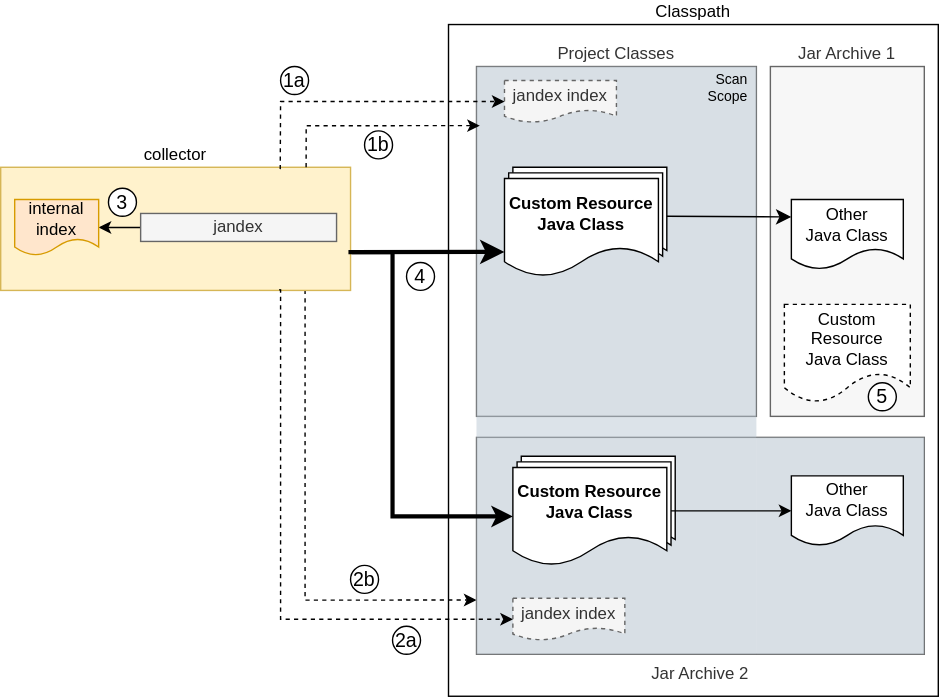
Above: collector-extended-scan-scope.drawio.svg in baloo42/crd-generator-maven-plugin-docs-draft (draw.io), before the change. Source tidied: cells renumbered, new cells last; positions are measured from the earlier drawing's top-left corner, leaving out a move shared by most shapes.
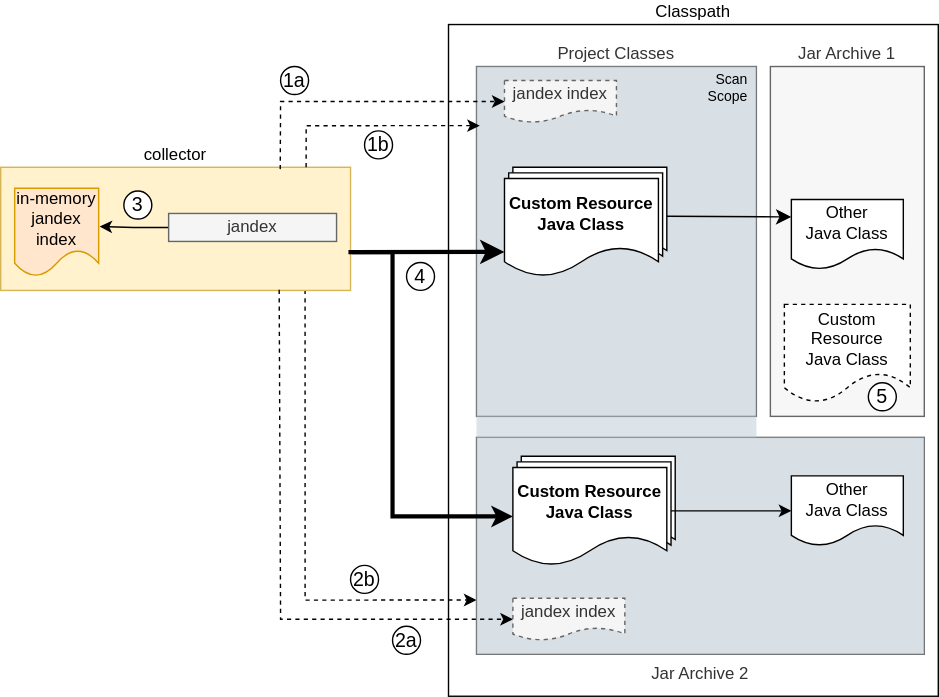
After the commit.

Commit message:
Improve diagrams

Diff of the diagram source:
```diff
@@ -20,14 +20,14 @@
     <mxCell id="7" value="collector" style="rounded=0;whiteSpace=wrap;html=1;labelPosition=center;verticalLabelPosition=top;align=center;verticalAlign=bottom;fillColor=#fff2cc;strokeColor=#d6b656;" parent="1" vertex="1">
       <mxGeometry y="102" width="250" height="88" as="geometry" />
     </mxCell>
-    <mxCell id="8" style="edgeStyle=orthogonalEdgeStyle;rounded=0;jettySize=auto;html=1;exitX=0;exitY=0.5;exitDx=0;exitDy=0;entryX=1;entryY=0.5;entryDx=0;entryDy=0;" parent="1" edge="1" source="9" target="10">
+    <mxCell id="8" style="edgeStyle=orthogonalEdgeStyle;rounded=0;jettySize=auto;html=1;exitX=0;exitY=0.5;exitDx=0;exitDy=0;entryX=1.01;entryY=0.434;entryDx=0;entryDy=0;entryPerimeter=0;" parent="1" edge="1" source="9" target="10">
       <mxGeometry relative="1" as="geometry" />
     </mxCell>
     <mxCell id="9" value="jandex" style="rounded=0;whiteSpace=wrap;html=1;fillColor=#f5f5f5;fontColor=#333333;strokeColor=#666666;" parent="1" vertex="1">
-      <mxGeometry x="100" y="135" width="140" height="20" as="geometry" />
+      <mxGeometry x="120" y="135" width="120" height="20" as="geometry" />
     </mxCell>
-    <mxCell id="10" value="internal&lt;br&gt;index" style="shape=document;whiteSpace=wrap;html=1;boundedLbl=1;fillColor=#ffe6cc;strokeColor=#d79b00;" parent="1" vertex="1">
-      <mxGeometry x="10" y="125" width="60" height="40" as="geometry" />
+    <mxCell id="10" value="in-memory&lt;br style=&quot;border-color: var(--border-color);&quot;&gt;jandex&lt;br style=&quot;border-color: var(--border-color);&quot;&gt;index" style="shape=document;whiteSpace=wrap;html=1;boundedLbl=1;fillColor=#ffe6cc;strokeColor=#d79b00;" parent="1" vertex="1">
+      <mxGeometry x="10" y="117" width="60" height="63" as="geometry" />
     </mxCell>
     <mxCell id="11" value="Jar Archive 2" style="shape=label;whiteSpace=wrap;html=1;boundedLbl=1;labelPosition=center;verticalLabelPosition=bottom;align=center;verticalAlign=top;rounded=0;fillColor=#F7F7F7;fontColor=#333333;strokeColor=#666666;" parent="1" vertex="1">
       <mxGeometry x="340" y="295" width="320" height="155" as="geometry" />
@@ -101,7 +101,7 @@
       <mxGeometry x="250" y="386.5" width="20" height="20" as="geometry" />
     </mxCell>
     <mxCell id="30" value="3" style="ellipse;whiteSpace=wrap;html=1;fontSize=14;" parent="1" vertex="1">
-      <mxGeometry x="77" y="117" width="20" height="20" as="geometry" />
+      <mxGeometry x="88" y="119" width="20" height="20" as="geometry" />
     </mxCell>
     <mxCell id="31" value="4" style="ellipse;whiteSpace=wrap;html=1;fontSize=14;" parent="1" vertex="1">
       <mxGeometry x="290" y="170" width="20" height="20" as="geometry" />
```
